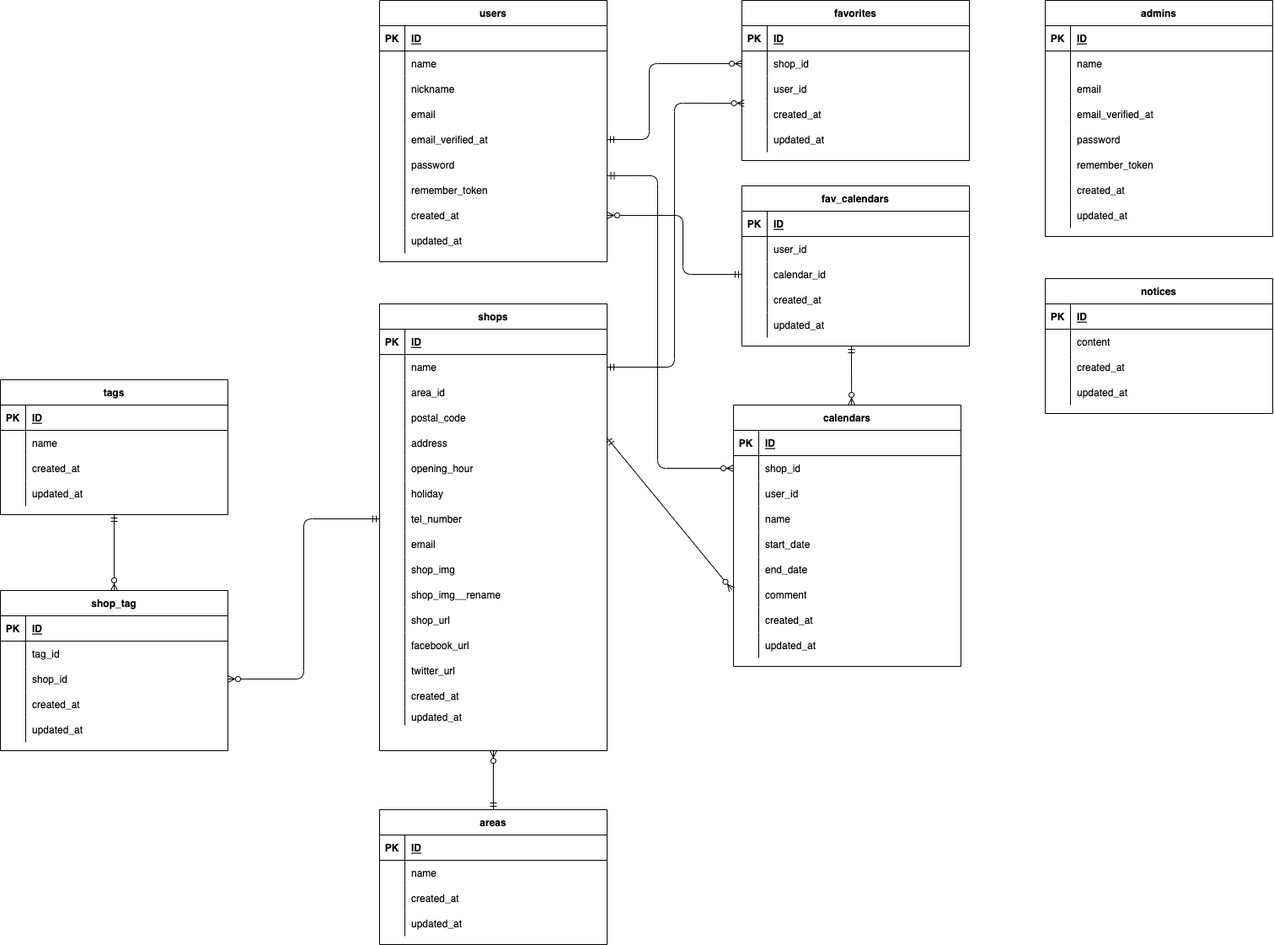
jing-bay/kitachoku2 keeps this draw.io diagram as kitachoku.drawio.png. Above is the earlier version. Source tidied: cells renumbered, new cells last; positions are measured from the earlier drawing's top-left corner, leaving out a move shared by most shapes.
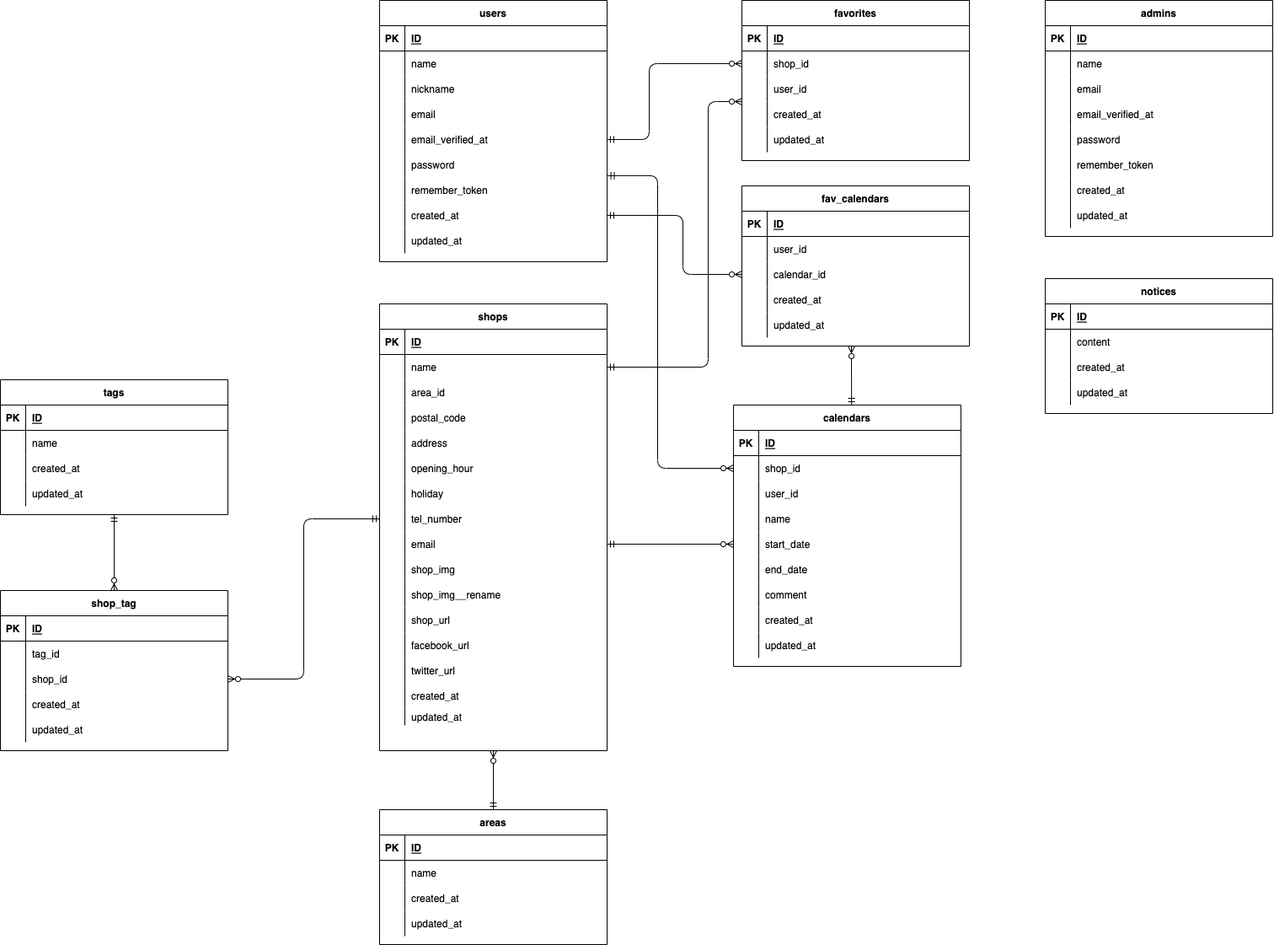
The same diagram one commit later.

The edit, as a diff of the source:
```diff
@@ -406,8 +406,14 @@
         </Array>
       </mxGeometry>
     </mxCell>
-    <mxCell id="135" style="edgeStyle=orthogonalEdgeStyle;html=1;exitX=1;exitY=0.5;exitDx=0;exitDy=0;entryX=0.01;entryY=0.065;entryDx=0;entryDy=0;startArrow=ERmandOne;startFill=0;endArrow=ERzeroToMany;endFill=0;entryPerimeter=0;" parent="1" edge="1" source="35" target="103">
-      <mxGeometry relative="1" as="geometry" />
+    <mxCell id="135" style="edgeStyle=orthogonalEdgeStyle;html=1;exitX=1;exitY=0.5;exitDx=0;exitDy=0;startArrow=ERmandOne;startFill=0;endArrow=ERzeroToMany;endFill=0;" parent="1" edge="1" source="35">
+      <mxGeometry relative="1" as="geometry">
+        <mxPoint x="880" y="120" as="targetPoint" />
+        <Array as="points">
+          <mxPoint x="840" y="435" />
+          <mxPoint x="840" y="120" />
+        </Array>
+      </mxGeometry>
     </mxCell>
     <mxCell id="136" style="edgeStyle=orthogonalEdgeStyle;html=1;exitX=1;exitY=0.5;exitDx=0;exitDy=0;entryX=0;entryY=0.5;entryDx=0;entryDy=0;startArrow=ERmandOne;startFill=0;endArrow=ERmandOne;endFill=0;" parent="1" edge="1" source="74">
       <mxGeometry relative="1" as="geometry" />
@@ -639,11 +645,6 @@
         </Array>
       </mxGeometry>
     </mxCell>
-    <mxCell id="211" style="html=1;entryX=-0.007;entryY=0.3;entryDx=0;entryDy=0;endArrow=ERzeroToMany;endFill=0;startArrow=ERmandOne;startFill=0;rounded=1;entryPerimeter=0;" parent="1" edge="1" target="201">
-      <mxGeometry relative="1" as="geometry">
-        <mxPoint x="720" y="519" as="sourcePoint" />
-      </mxGeometry>
-    </mxCell>
     <mxCell id="212" value="fav_calendars" style="shape=table;startSize=30;rowLines=0;fontStyle=1;align=center;" parent="1" vertex="1">
       <mxGeometry x="880" y="220" width="270" height="190" as="geometry" />
     </mxCell>
@@ -692,12 +693,12 @@
     <mxCell id="227" value="updated_at" style="shape=partialRectangle;fillColor=none;top=0;left=0;bottom=0;right=0;align=left;spacingLeft=6;overflow=hidden;" parent="225" vertex="1">
       <mxGeometry x="30" width="240" height="30" as="geometry" />
     </mxCell>
-    <mxCell id="228" style="html=1;endArrow=ERzeroToMany;endFill=0;startArrow=ERmandOne;startFill=0;rounded=1;entryX=0.519;entryY=0;entryDx=0;entryDy=0;entryPerimeter=0;" parent="1" edge="1" target="182">
+    <mxCell id="228" style="html=1;endArrow=ERmandOne;endFill=0;startArrow=ERzeroToMany;startFill=0;rounded=1;entryX=0.519;entryY=0;entryDx=0;entryDy=0;entryPerimeter=0;" parent="1" edge="1" target="182">
       <mxGeometry relative="1" as="geometry">
         <mxPoint x="1010" y="410" as="sourcePoint" />
       </mxGeometry>
     </mxCell>
-    <mxCell id="229" style="html=1;endArrow=ERzeroToMany;endFill=0;startArrow=ERmandOne;startFill=0;entryX=1;entryY=0.5;entryDx=0;entryDy=0;exitX=0;exitY=0.5;exitDx=0;exitDy=0;rounded=1;edgeStyle=orthogonalEdgeStyle;" parent="1" edge="1" source="219" target="24">
+    <mxCell id="229" style="html=1;endArrow=ERmandOne;endFill=0;startArrow=ERzeroToMany;startFill=0;entryX=1;entryY=0.5;entryDx=0;entryDy=0;exitX=0;exitY=0.5;exitDx=0;exitDy=0;rounded=1;edgeStyle=orthogonalEdgeStyle;" parent="1" edge="1" source="219" target="24">
       <mxGeometry relative="1" as="geometry">
         <Array as="points">
           <mxPoint x="810" y="325" />
@@ -705,5 +706,8 @@
         </Array>
       </mxGeometry>
     </mxCell>
+    <mxCell id="211" style="html=1;endArrow=ERzeroToMany;endFill=0;startArrow=ERmandOne;startFill=0;rounded=1;exitX=1;exitY=0.5;exitDx=0;exitDy=0;" parent="1" edge="1" source="56" target="195">
+      <mxGeometry relative="1" as="geometry" />
+    </mxCell>
   </root>
 </mxGraphModel>
```
